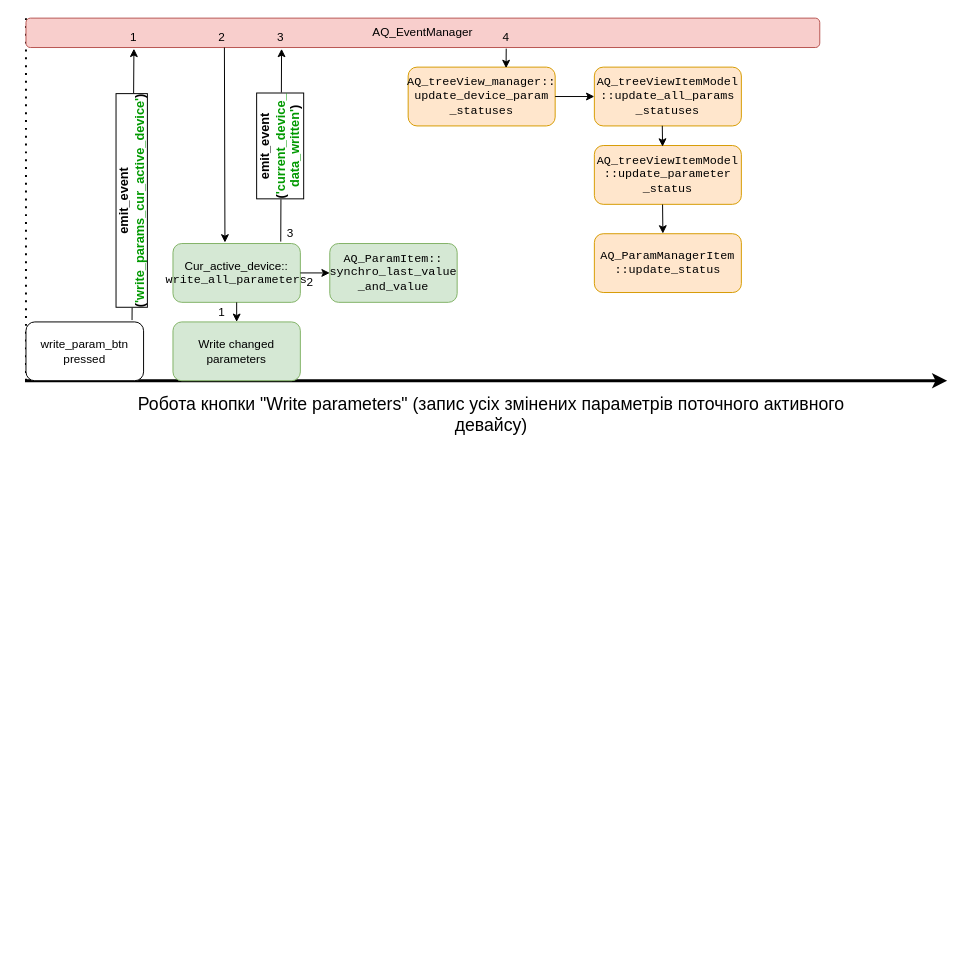
The draw.io diagram page "Запис значень параметрів" (7 of 8) of arch.drawio in romangolovkou/AQteck_toolMAX, before the edit. Source tidied: cells renumbered, new cells numbered last; positions are measured from the earlier drawing's top-left corner, leaving out a move shared by most shapes. Both pictures are drawn from the tidied source at 98%, with x=0, y=0 at pixel (24, 18).
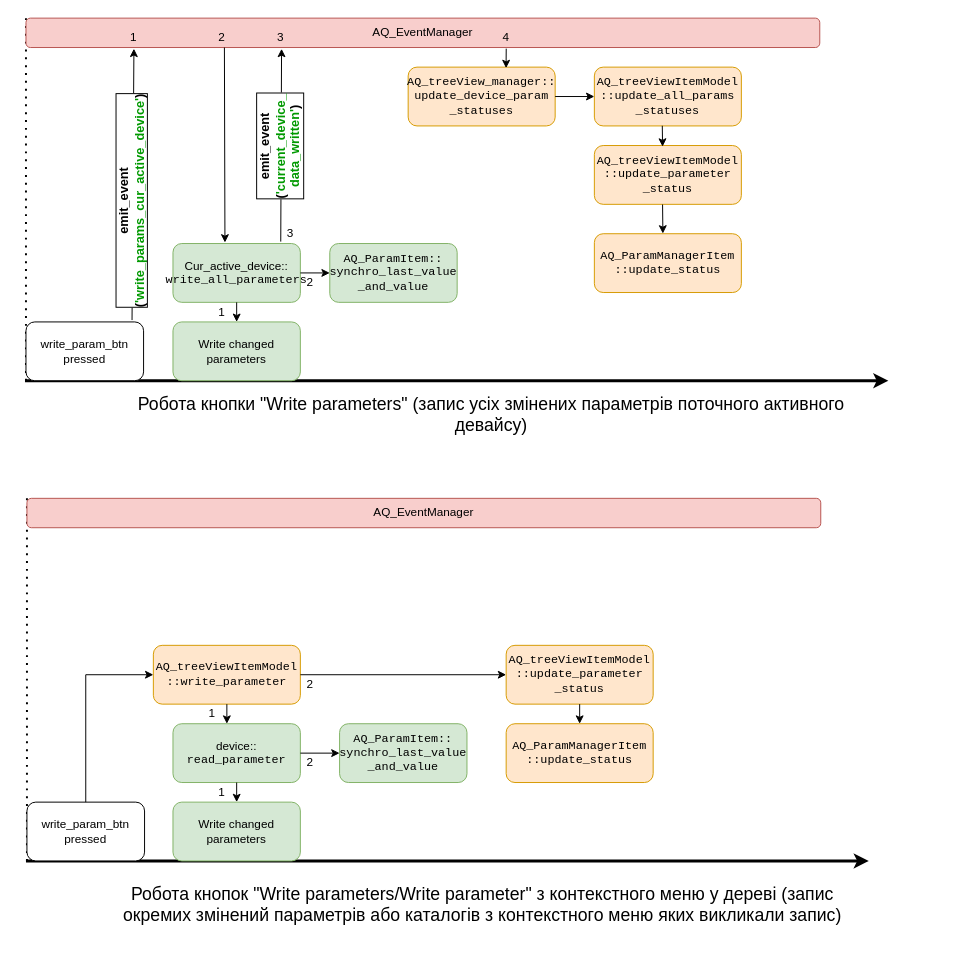
The same page after the edit.

Change to the diagram source:
```diff
@@
     <mxCell id="2" style="endArrow=classic;html=1;rounded=0;strokeWidth=3;" parent="1" edge="1">
       <mxGeometry relative="1" as="geometry">
         <mxPoint y="370" as="sourcePoint" />
-        <mxPoint x="941" y="370" as="targetPoint" />
+        <mxPoint x="881" y="370" as="targetPoint" />
       </mxGeometry>
     </mxCell>
@@
+    <mxCell id="32" style="endArrow=classic;html=1;rounded=0;strokeWidth=3;" parent="1" edge="1">
+      <mxGeometry relative="1" as="geometry">
+        <mxPoint x="1" y="860" as="sourcePoint" />
+        <mxPoint x="861" y="860" as="targetPoint" />
+      </mxGeometry>
+    </mxCell>
+    <mxCell id="33" style="endArrow=none;dashed=1;html=1;dashPattern=1 3;strokeWidth=2;rounded=0;" parent="1" edge="1">
+      <mxGeometry relative="1" as="geometry">
+        <mxPoint x="2" y="860" as="sourcePoint" />
+        <mxPoint x="2" y="490" as="targetPoint" />
+      </mxGeometry>
+    </mxCell>
+    <mxCell id="34" value="write_param_btn&lt;br&gt;pressed" style="rounded=1;whiteSpace=wrap;html=1;strokeWidth=1;" parent="1" vertex="1">
+      <mxGeometry x="2" y="800" width="120" height="60" as="geometry" />
+    </mxCell>
+    <mxCell id="35" value="AQ_EventManager" style="rounded=1;whiteSpace=wrap;html=1;fillColor=#f8cecc;strokeColor=#b85450;" parent="1" vertex="1">
+      <mxGeometry x="2" y="490" width="810" height="30" as="geometry" />
+    </mxCell>
+    <mxCell id="36" value="&lt;font style=&quot;font-size: 18px;&quot;&gt;Робота кнопок &quot;Write parameters/Write parameter&quot; з контекстного меню у дереві (запис окремих змінений параметрів або каталогів з контекстного меню яких викликали запис)&lt;/font&gt;" style="text;html=1;strokeColor=none;fillColor=none;align=center;verticalAlign=middle;whiteSpace=wrap;rounded=0;" parent="1" vertex="1">
+      <mxGeometry x="92" y="870" width="750" height="70" as="geometry" />
+    </mxCell>
+    <mxCell id="37" value="&lt;div style=&quot;font-family: &amp;quot;JetBrains Mono&amp;quot;, monospace;&quot;&gt;AQ_treeViewItemModel&lt;br&gt;::write_parameter&lt;/div&gt;" style="rounded=1;whiteSpace=wrap;html=1;strokeWidth=1;fillColor=#ffe6cc;strokeColor=#d79b00;" parent="1" vertex="1">
+      <mxGeometry x="131" y="640" width="150" height="60" as="geometry" />
+    </mxCell>
+    <mxCell id="38" value="device::&lt;br&gt;&lt;div style=&quot;font-family: &amp;quot;JetBrains Mono&amp;quot;, monospace;&quot;&gt;read_parameter&lt;/div&gt;" style="rounded=1;whiteSpace=wrap;html=1;strokeWidth=1;fillColor=#d5e8d4;strokeColor=#82b366;" parent="1" vertex="1">
+      <mxGeometry x="151" y="720" width="130" height="60" as="geometry" />
+    </mxCell>
+    <mxCell id="39" style="endArrow=classic;html=1;rounded=0;exitX=0.5;exitY=0;exitDx=0;exitDy=0;entryX=0;entryY=0.5;entryDx=0;entryDy=0;" parent="1" edge="1" source="34" target="37">
+      <mxGeometry relative="1" as="geometry">
+        <Array as="points">
+          <mxPoint x="62" y="670" />
+        </Array>
+      </mxGeometry>
+    </mxCell>
+    <mxCell id="40" style="endArrow=classic;html=1;rounded=0;exitX=0.5;exitY=1;exitDx=0;exitDy=0;entryX=0.423;entryY=0;entryDx=0;entryDy=0;entryPerimeter=0;" parent="1" edge="1" source="37" target="38">
+      <mxGeometry relative="1" as="geometry" />
+    </mxCell>
+    <mxCell id="41" value="&lt;div style=&quot;font-family: &amp;quot;JetBrains Mono&amp;quot;, monospace;&quot;&gt;AQ_ParamItem::&lt;br&gt;&lt;div style=&quot;&quot;&gt;synchro_last_value&lt;br&gt;_and_value&lt;/div&gt;&lt;/div&gt;" style="rounded=1;whiteSpace=wrap;html=1;fillColor=#d5e8d4;strokeColor=#82b366;" parent="1" vertex="1">
+      <mxGeometry x="321" y="720" width="130" height="60" as="geometry" />
+    </mxCell>
+    <mxCell id="42" value="Write changed parameters" style="rounded=1;whiteSpace=wrap;html=1;strokeWidth=1;fillColor=#d5e8d4;strokeColor=#82b366;" parent="1" vertex="1">
+      <mxGeometry x="151" y="800" width="130" height="60" as="geometry" />
+    </mxCell>
+    <mxCell id="43" style="endArrow=classic;html=1;rounded=0;exitX=0.5;exitY=1;exitDx=0;exitDy=0;entryX=0.5;entryY=0;entryDx=0;entryDy=0;" parent="1" edge="1" source="38" target="42">
+      <mxGeometry relative="1" as="geometry" />
+    </mxCell>
+    <mxCell id="44" style="endArrow=classic;html=1;rounded=0;exitX=1;exitY=0.5;exitDx=0;exitDy=0;entryX=0;entryY=0.5;entryDx=0;entryDy=0;" parent="1" edge="1" source="38" target="41">
+      <mxGeometry relative="1" as="geometry" />
+    </mxCell>
+    <mxCell id="45" value="1" style="text;html=1;strokeColor=none;fillColor=none;align=center;verticalAlign=middle;whiteSpace=wrap;rounded=0;" parent="1" vertex="1">
+      <mxGeometry x="191" y="780" width="20" height="20" as="geometry" />
+    </mxCell>
+    <mxCell id="46" value="2" style="text;html=1;strokeColor=none;fillColor=none;align=center;verticalAlign=middle;whiteSpace=wrap;rounded=0;" parent="1" vertex="1">
+      <mxGeometry x="281" y="750" width="20" height="20" as="geometry" />
+    </mxCell>
+    <mxCell id="47" value="&lt;div style=&quot;font-family: &amp;quot;JetBrains Mono&amp;quot;, monospace;&quot;&gt;AQ_treeViewItemModel&lt;br&gt;::update_parameter&lt;br&gt;_status&lt;/div&gt;" style="rounded=1;whiteSpace=wrap;html=1;strokeWidth=1;fillColor=#ffe6cc;strokeColor=#d79b00;" parent="1" vertex="1">
+      <mxGeometry x="491" y="640" width="150" height="60" as="geometry" />
+    </mxCell>
+    <mxCell id="48" style="endArrow=classic;html=1;rounded=0;exitX=1;exitY=0.5;exitDx=0;exitDy=0;entryX=0;entryY=0.5;entryDx=0;entryDy=0;" parent="1" edge="1" source="37" target="47">
+      <mxGeometry relative="1" as="geometry" />
+    </mxCell>
+    <mxCell id="49" value="1" style="text;html=1;strokeColor=none;fillColor=none;align=center;verticalAlign=middle;whiteSpace=wrap;rounded=0;" parent="1" vertex="1">
+      <mxGeometry x="181" y="700" width="20" height="20" as="geometry" />
+    </mxCell>
+    <mxCell id="50" value="2" style="text;html=1;strokeColor=none;fillColor=none;align=center;verticalAlign=middle;whiteSpace=wrap;rounded=0;" parent="1" vertex="1">
+      <mxGeometry x="281" y="670" width="20" height="20" as="geometry" />
+    </mxCell>
+    <mxCell id="51" value="&lt;div style=&quot;font-family: &amp;quot;JetBrains Mono&amp;quot;, monospace;&quot;&gt;&lt;div style=&quot;&quot;&gt;AQ_ParamManagerItem&lt;/div&gt;::update_status&lt;/div&gt;" style="rounded=1;whiteSpace=wrap;html=1;strokeWidth=1;fillColor=#ffe6cc;strokeColor=#d79b00;" parent="1" vertex="1">
+      <mxGeometry x="491" y="720" width="150" height="60" as="geometry" />
+    </mxCell>
+    <mxCell id="52" style="endArrow=classic;html=1;rounded=0;exitX=0.5;exitY=1;exitDx=0;exitDy=0;entryX=0.5;entryY=0;entryDx=0;entryDy=0;" parent="1" edge="1" source="47" target="51">
+      <mxGeometry relative="1" as="geometry" />
+    </mxCell>
```
